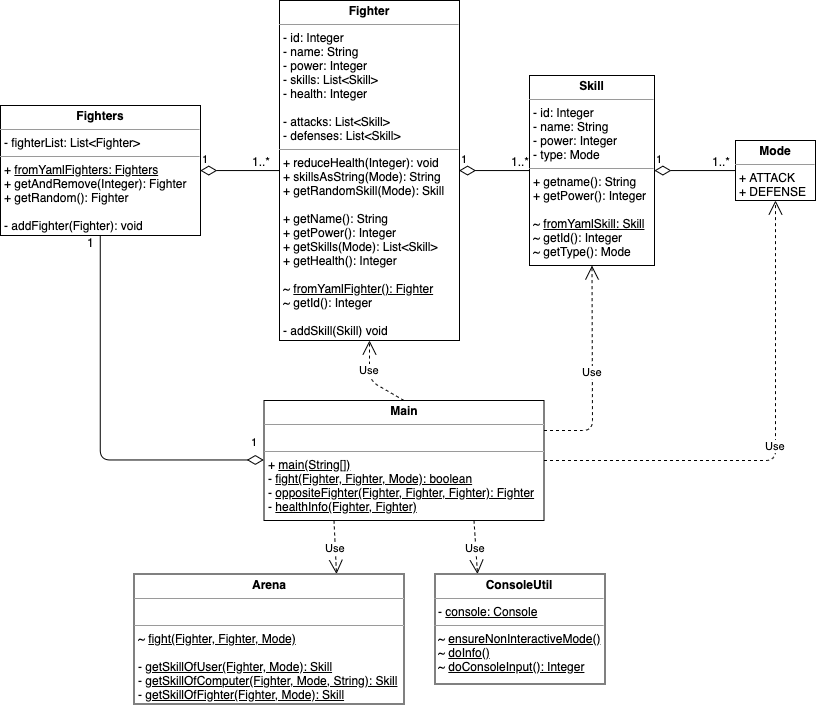
This is docs/img/UML.png from yannickkirschen/console-arena, a draw.io export, as it was before one commit. Source tidied: cells renumbered, new cells last; positions are measured from the earlier drawing's top-left corner, leaving out a move shared by most shapes.
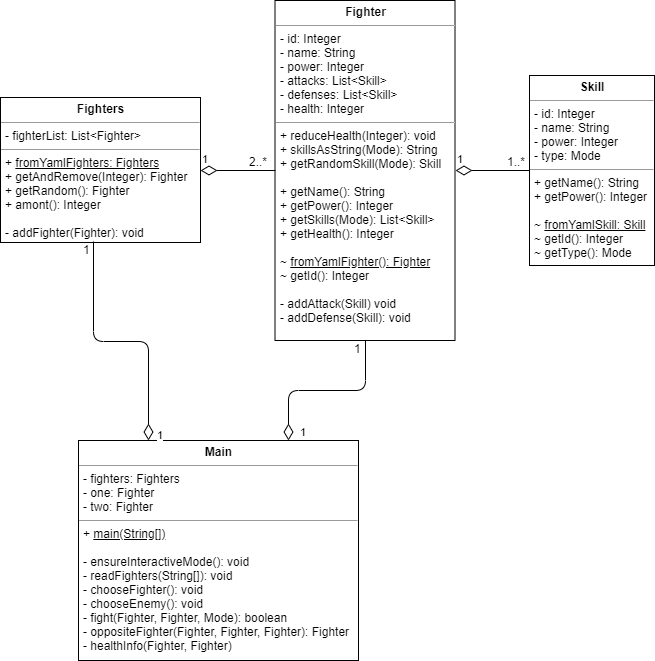
Later version of the same file.

Diff of the diagram source:
```diff
@@ -2,85 +2,51 @@
   <root>
     <mxCell id="0" />
     <mxCell id="1" parent="0" />
-    <mxCell id="2" value="&lt;p style=&quot;margin: 0px ; margin-top: 4px ; text-align: center&quot;&gt;&lt;b&gt;Fighter&lt;/b&gt;&lt;/p&gt;&lt;hr size=&quot;1&quot;&gt;&lt;p style=&quot;margin: 0px ; margin-left: 4px&quot;&gt;- id: Integer&lt;/p&gt;&lt;p style=&quot;margin: 0px ; margin-left: 4px&quot;&gt;- name: String&lt;/p&gt;&lt;p style=&quot;margin: 0px ; margin-left: 4px&quot;&gt;- power: Integer&lt;/p&gt;&lt;p style=&quot;margin: 0px ; margin-left: 4px&quot;&gt;- skills: List&amp;lt;Skill&amp;gt;&lt;/p&gt;&lt;p style=&quot;margin: 0px ; margin-left: 4px&quot;&gt;- health: Integer&lt;/p&gt;&lt;p style=&quot;margin: 0px ; margin-left: 4px&quot;&gt;&lt;br&gt;&lt;/p&gt;&lt;p style=&quot;margin: 0px ; margin-left: 4px&quot;&gt;- attacks: List&amp;lt;Skill&amp;gt;&lt;/p&gt;&lt;p style=&quot;margin: 0px ; margin-left: 4px&quot;&gt;- defenses: List&amp;lt;Skill&amp;gt;&lt;/p&gt;&lt;hr size=&quot;1&quot;&gt;&lt;p style=&quot;margin: 0px ; margin-left: 4px&quot;&gt;&lt;span&gt;+ reduceHealth(Integer): void&lt;/span&gt;&lt;br&gt;&lt;/p&gt;&lt;p style=&quot;margin: 0px ; margin-left: 4px&quot;&gt;+ skillsAsString(Mode): String&lt;/p&gt;&lt;p style=&quot;margin: 0px ; margin-left: 4px&quot;&gt;+ getRandomSkill(Mode): Skill&lt;/p&gt;&lt;p style=&quot;margin: 0px ; margin-left: 4px&quot;&gt;&lt;br&gt;&lt;/p&gt;&lt;p style=&quot;margin: 0px ; margin-left: 4px&quot;&gt;+ getName(): String&lt;/p&gt;&lt;p style=&quot;margin: 0px ; margin-left: 4px&quot;&gt;+ getPower(): Integer&lt;/p&gt;&lt;p style=&quot;margin: 0px ; margin-left: 4px&quot;&gt;+ getSkills(Mode): List&amp;lt;Skill&amp;gt;&lt;/p&gt;&lt;p style=&quot;margin: 0px ; margin-left: 4px&quot;&gt;+ getHealth(): Integer&lt;/p&gt;&lt;p style=&quot;margin: 0px ; margin-left: 4px&quot;&gt;&lt;br&gt;&lt;/p&gt;&lt;p style=&quot;margin: 0px ; margin-left: 4px&quot;&gt;~&amp;nbsp;&lt;u&gt;fromYamlFighter(): Fighter&lt;/u&gt;&lt;br&gt;&lt;/p&gt;&lt;p style=&quot;margin: 0px ; margin-left: 4px&quot;&gt;~ getId(): Integer&lt;u&gt;&lt;br&gt;&lt;/u&gt;&lt;/p&gt;&lt;p style=&quot;margin: 0px ; margin-left: 4px&quot;&gt;&lt;br&gt;&lt;/p&gt;&lt;p style=&quot;margin: 0px ; margin-left: 4px&quot;&gt;- addSkill(Skill) void&lt;/p&gt;" style="verticalAlign=top;align=left;overflow=fill;fontSize=12;fontFamily=Helvetica;html=1;" parent="1" vertex="1">
-      <mxGeometry x="279" width="180" height="340" as="geometry" />
+    <mxCell id="2" value="&lt;p style=&quot;margin: 0px ; margin-top: 4px ; text-align: center&quot;&gt;&lt;b&gt;Fighter&lt;/b&gt;&lt;/p&gt;&lt;hr size=&quot;1&quot;&gt;&lt;p style=&quot;margin: 0px ; margin-left: 4px&quot;&gt;- id: Integer&lt;/p&gt;&lt;p style=&quot;margin: 0px ; margin-left: 4px&quot;&gt;- name: String&lt;/p&gt;&lt;p style=&quot;margin: 0px ; margin-left: 4px&quot;&gt;- power: Integer&lt;/p&gt;&lt;p style=&quot;margin: 0px ; margin-left: 4px&quot;&gt;- attacks: List&amp;lt;Skill&amp;gt;&lt;/p&gt;&lt;p style=&quot;margin: 0px ; margin-left: 4px&quot;&gt;- defenses: List&amp;lt;Skill&amp;gt;&lt;/p&gt;&lt;p style=&quot;margin: 0px ; margin-left: 4px&quot;&gt;- health: Integer&lt;br&gt;&lt;/p&gt;&lt;hr size=&quot;1&quot;&gt;&lt;p style=&quot;margin: 0px ; margin-left: 4px&quot;&gt;&lt;span&gt;+ reduceHealth(Integer): void&lt;/span&gt;&lt;br&gt;&lt;/p&gt;&lt;p style=&quot;margin: 0px ; margin-left: 4px&quot;&gt;+ skillsAsString(Mode): String&lt;/p&gt;&lt;p style=&quot;margin: 0px ; margin-left: 4px&quot;&gt;+ getRandomSkill(Mode): Skill&lt;/p&gt;&lt;p style=&quot;margin: 0px ; margin-left: 4px&quot;&gt;&lt;br&gt;&lt;/p&gt;&lt;p style=&quot;margin: 0px ; margin-left: 4px&quot;&gt;+ getName(): String&lt;/p&gt;&lt;p style=&quot;margin: 0px ; margin-left: 4px&quot;&gt;+ getPower(): Integer&lt;/p&gt;&lt;p style=&quot;margin: 0px ; margin-left: 4px&quot;&gt;+ getSkills(Mode): List&amp;lt;Skill&amp;gt;&lt;/p&gt;&lt;p style=&quot;margin: 0px ; margin-left: 4px&quot;&gt;+ getHealth(): Integer&lt;/p&gt;&lt;p style=&quot;margin: 0px ; margin-left: 4px&quot;&gt;&lt;br&gt;&lt;/p&gt;&lt;p style=&quot;margin: 0px ; margin-left: 4px&quot;&gt;~&amp;nbsp;&lt;u&gt;fromYamlFighter(): Fighter&lt;/u&gt;&lt;br&gt;&lt;/p&gt;&lt;p style=&quot;margin: 0px ; margin-left: 4px&quot;&gt;~ getId(): Integer&lt;u&gt;&lt;br&gt;&lt;/u&gt;&lt;/p&gt;&lt;p style=&quot;margin: 0px ; margin-left: 4px&quot;&gt;&lt;br&gt;&lt;/p&gt;&lt;p style=&quot;margin: 0px ; margin-left: 4px&quot;&gt;- addAttack(Skill) void&lt;/p&gt;&lt;p style=&quot;margin: 0px ; margin-left: 4px&quot;&gt;- addDefense(Skill): void&lt;/p&gt;" style="verticalAlign=top;align=left;overflow=fill;fontSize=12;fontFamily=Helvetica;html=1;" parent="1" vertex="1">
+      <mxGeometry x="264.5" y="-10" width="180" height="340" as="geometry" />
     </mxCell>
-    <mxCell id="3" value="&lt;p style=&quot;margin: 0px ; margin-top: 4px ; text-align: center&quot;&gt;&lt;b&gt;Fighters&lt;/b&gt;&lt;/p&gt;&lt;hr size=&quot;1&quot;&gt;&lt;p style=&quot;margin: 0px ; margin-left: 4px&quot;&gt;- fighterList: List&amp;lt;Fighter&amp;gt;&lt;br&gt;&lt;/p&gt;&lt;hr size=&quot;1&quot;&gt;&lt;p style=&quot;margin: 0px ; margin-left: 4px&quot;&gt;+&amp;nbsp;&lt;u&gt;fromYamlFighters: Fighters&lt;/u&gt;&lt;br style=&quot;padding: 0px ; margin: 0px&quot;&gt;+ getAndRemove(Integer): Fighter&lt;br style=&quot;padding: 0px ; margin: 0px&quot;&gt;+ getRandom(): Fighter&lt;br style=&quot;padding: 0px ; margin: 0px&quot;&gt;&lt;br style=&quot;padding: 0px ; margin: 0px&quot;&gt;- addFighter(Fighter): void&lt;br&gt;&lt;/p&gt;" style="verticalAlign=top;align=left;overflow=fill;fontSize=12;fontFamily=Helvetica;html=1;" parent="1" vertex="1">
-      <mxGeometry y="105" width="200" height="130" as="geometry" />
+    <mxCell id="3" value="&lt;p style=&quot;margin: 0px ; margin-top: 4px ; text-align: center&quot;&gt;&lt;b&gt;Fighters&lt;/b&gt;&lt;/p&gt;&lt;hr size=&quot;1&quot;&gt;&lt;p style=&quot;margin: 0px ; margin-left: 4px&quot;&gt;- fighterList: List&amp;lt;Fighter&amp;gt;&lt;br&gt;&lt;/p&gt;&lt;hr size=&quot;1&quot;&gt;&lt;p style=&quot;margin: 0px ; margin-left: 4px&quot;&gt;+&amp;nbsp;&lt;u&gt;fromYamlFighters: Fighters&lt;/u&gt;&lt;br style=&quot;padding: 0px ; margin: 0px&quot;&gt;+ getAndRemove(Integer): Fighter&lt;br style=&quot;padding: 0px ; margin: 0px&quot;&gt;+ getRandom(): Fighter&lt;/p&gt;&lt;p style=&quot;margin: 0px ; margin-left: 4px&quot;&gt;+ amont(): Integer&lt;br style=&quot;padding: 0px ; margin: 0px&quot;&gt;&lt;br style=&quot;padding: 0px ; margin: 0px&quot;&gt;- addFighter(Fighter): void&lt;br&gt;&lt;/p&gt;" style="verticalAlign=top;align=left;overflow=fill;fontSize=12;fontFamily=Helvetica;html=1;" parent="1" vertex="1">
+      <mxGeometry x="-10" y="87" width="200" height="145" as="geometry" />
     </mxCell>
-    <mxCell id="4" value="&lt;p style=&quot;margin: 0px ; margin-top: 4px ; text-align: center&quot;&gt;&lt;b&gt;Mode&lt;/b&gt;&lt;/p&gt;&lt;hr size=&quot;1&quot;&gt;&lt;p style=&quot;margin: 0px ; margin-left: 4px&quot;&gt;+ ATTACK&lt;/p&gt;&lt;p style=&quot;margin: 0px ; margin-left: 4px&quot;&gt;+ DEFENSE&lt;/p&gt;" style="verticalAlign=top;align=left;overflow=fill;fontSize=12;fontFamily=Helvetica;html=1;" parent="1" vertex="1">
-      <mxGeometry x="735" y="140" width="80" height="60" as="geometry" />
+    <mxCell id="4" value="&lt;p style=&quot;margin: 0px ; margin-top: 4px ; text-align: center&quot;&gt;&lt;b&gt;Skill&lt;/b&gt;&lt;/p&gt;&lt;hr size=&quot;1&quot;&gt;&lt;p style=&quot;margin: 0px 0px 0px 4px&quot;&gt;- id: Integer&lt;/p&gt;&lt;p style=&quot;margin: 0px 0px 0px 4px&quot;&gt;- name: String&lt;/p&gt;&lt;p style=&quot;margin: 0px 0px 0px 4px&quot;&gt;- power: Integer&lt;/p&gt;&lt;p style=&quot;margin: 0px 0px 0px 4px&quot;&gt;- type: Mode&lt;/p&gt;&lt;hr size=&quot;1&quot;&gt;&lt;p style=&quot;margin: 0px ; margin-left: 4px&quot;&gt;+ getName(): String&lt;/p&gt;&lt;p style=&quot;margin: 0px ; margin-left: 4px&quot;&gt;+ getPower(): Integer&lt;br style=&quot;padding: 0px ; margin: 0px&quot;&gt;&lt;br&gt;~&amp;nbsp;&lt;u&gt;fromYamlSkill: Skill&lt;/u&gt;&lt;br style=&quot;padding: 0px ; margin: 0px&quot;&gt;~ getId(): Integer&lt;br&gt;&lt;/p&gt;&lt;p style=&quot;margin: 0px ; margin-left: 4px&quot;&gt;~ getType(): Mode&lt;br&gt;&lt;/p&gt;" style="verticalAlign=top;align=left;overflow=fill;fontSize=12;fontFamily=Helvetica;html=1;" parent="1" vertex="1">
+      <mxGeometry x="519" y="65" width="125" height="190" as="geometry" />
     </mxCell>
-    <mxCell id="5" value="&lt;p style=&quot;margin: 0px ; margin-top: 4px ; text-align: center&quot;&gt;&lt;b&gt;Skill&lt;/b&gt;&lt;/p&gt;&lt;hr size=&quot;1&quot;&gt;&lt;p style=&quot;margin: 0px 0px 0px 4px&quot;&gt;- id: Integer&lt;/p&gt;&lt;p style=&quot;margin: 0px 0px 0px 4px&quot;&gt;- name: String&lt;/p&gt;&lt;p style=&quot;margin: 0px 0px 0px 4px&quot;&gt;- power: Integer&lt;/p&gt;&lt;p style=&quot;margin: 0px 0px 0px 4px&quot;&gt;- type: Mode&lt;/p&gt;&lt;hr size=&quot;1&quot;&gt;&lt;p style=&quot;margin: 0px ; margin-left: 4px&quot;&gt;+ getname(): String&lt;/p&gt;&lt;p style=&quot;margin: 0px ; margin-left: 4px&quot;&gt;+ getPower(): Integer&lt;br style=&quot;padding: 0px ; margin: 0px&quot;&gt;&lt;br&gt;~&amp;nbsp;&lt;u&gt;fromYamlSkill: Skill&lt;/u&gt;&lt;br style=&quot;padding: 0px ; margin: 0px&quot;&gt;~ getId(): Integer&lt;br&gt;&lt;/p&gt;&lt;p style=&quot;margin: 0px ; margin-left: 4px&quot;&gt;~ getType(): Mode&lt;br&gt;&lt;/p&gt;" style="verticalAlign=top;align=left;overflow=fill;fontSize=12;fontFamily=Helvetica;html=1;" parent="1" vertex="1">
-      <mxGeometry x="529" y="75" width="125" height="190" as="geometry" />
+    <mxCell id="5" value="1" style="endArrow=none;html=1;endSize=12;startArrow=diamondThin;startSize=14;startFill=0;edgeStyle=orthogonalEdgeStyle;align=left;verticalAlign=bottom;strokeColor=#000000;endFill=0;exitX=1;exitY=0.5;exitDx=0;exitDy=0;entryX=0;entryY=0.5;entryDx=0;entryDy=0;" parent="1" edge="1" source="3" target="2">
+      <mxGeometry x="-1" y="3" relative="1" as="geometry" />
     </mxCell>
-    <mxCell id="6" value="&lt;p style=&quot;margin: 0px ; margin-top: 4px ; text-align: center&quot;&gt;&lt;b&gt;Arena&lt;/b&gt;&lt;/p&gt;&lt;hr size=&quot;1&quot;&gt;&lt;p style=&quot;margin: 0px 0px 0px 4px&quot;&gt;&lt;br&gt;&lt;/p&gt;&lt;hr size=&quot;1&quot;&gt;&lt;p style=&quot;margin: 0px ; margin-left: 4px&quot;&gt;~&amp;nbsp;&lt;u&gt;fight(Fighter, Fighter, Mode)&lt;/u&gt;&lt;/p&gt;&lt;p style=&quot;margin: 0px ; margin-left: 4px&quot;&gt;&lt;br&gt;&lt;/p&gt;&lt;p style=&quot;margin: 0px ; margin-left: 4px&quot;&gt;- &lt;u&gt;getSkillOfUser(Fighter, Mode): Skill&lt;/u&gt;&lt;/p&gt;&lt;p style=&quot;margin: 0px ; margin-left: 4px&quot;&gt;- &lt;u&gt;getSkillOfComputer(Fighter, Mode, String): Skill&lt;/u&gt;&lt;/p&gt;&lt;p style=&quot;margin: 0px ; margin-left: 4px&quot;&gt;- &lt;u&gt;getSkillOfFighter(Fighter, Mode): Skill&lt;/u&gt;&lt;/p&gt;" style="verticalAlign=top;align=left;overflow=fill;fontSize=12;fontFamily=Helvetica;html=1;" parent="1" vertex="1">
-      <mxGeometry x="133.5" y="573.5" width="270" height="130" as="geometry" />
+    <mxCell id="6" value="2..*" style="text;html=1;points=[];align=center;verticalAlign=middle;labelBackgroundColor=#ffffff;" parent="5" vertex="1">
+      <mxGeometry x="0.73" y="4" relative="1" as="geometry">
+        <mxPoint x="-8" y="-6" as="offset" />
+      </mxGeometry>
     </mxCell>
-    <mxCell id="7" value="&lt;p style=&quot;margin: 0px ; margin-top: 4px ; text-align: center&quot;&gt;&lt;b&gt;ConsoleUtil&lt;/b&gt;&lt;/p&gt;&lt;hr size=&quot;1&quot;&gt;&lt;p style=&quot;margin: 0px 0px 0px 4px&quot;&gt;- &lt;u&gt;console: Console&lt;/u&gt;&lt;/p&gt;&lt;hr size=&quot;1&quot;&gt;&lt;p style=&quot;margin: 0px ; margin-left: 4px&quot;&gt;~ &lt;u&gt;ensureNonInteractiveMode()&lt;/u&gt;&lt;/p&gt;&lt;p style=&quot;margin: 0px ; margin-left: 4px&quot;&gt;~&amp;nbsp;&lt;u&gt;doInfo()&lt;/u&gt;&lt;u&gt;&lt;br&gt;&lt;/u&gt;&lt;/p&gt;&lt;p style=&quot;margin: 0px ; margin-left: 4px&quot;&gt;~&amp;nbsp;&lt;u&gt;doConsoleInput(): Integer&lt;/u&gt;&lt;u&gt;&lt;br&gt;&lt;/u&gt;&lt;/p&gt;" style="verticalAlign=top;align=left;overflow=fill;fontSize=12;fontFamily=Helvetica;html=1;" parent="1" vertex="1">
-      <mxGeometry x="434.5" y="573.5" width="170" height="110" as="geometry" />
+    <mxCell id="7" value="1" style="endArrow=none;html=1;endSize=12;startArrow=diamondThin;startSize=14;startFill=0;edgeStyle=orthogonalEdgeStyle;align=left;verticalAlign=bottom;strokeColor=#000000;endFill=0;exitX=1;exitY=0.5;exitDx=0;exitDy=0;entryX=0;entryY=0.5;entryDx=0;entryDy=0;" parent="1" edge="1" source="2" target="4">
+      <mxGeometry x="-1" y="3" relative="1" as="geometry" />
     </mxCell>
-    <mxCell id="8" value="&lt;p style=&quot;margin: 0px ; margin-top: 4px ; text-align: center&quot;&gt;&lt;b&gt;Main&lt;/b&gt;&lt;/p&gt;&lt;hr size=&quot;1&quot;&gt;&lt;p style=&quot;margin: 0px 0px 0px 4px&quot;&gt;&lt;br&gt;&lt;/p&gt;&lt;hr size=&quot;1&quot;&gt;&lt;p style=&quot;margin: 0px ; margin-left: 4px&quot;&gt;+ &lt;u&gt;main(String[])&lt;/u&gt;&lt;/p&gt;&lt;p style=&quot;margin: 0px ; margin-left: 4px&quot;&gt;-&amp;nbsp;&lt;u&gt;fight(Fighter, Fighter, Mode): boolean&lt;/u&gt;&lt;u&gt;&lt;br&gt;&lt;/u&gt;&lt;/p&gt;&lt;p style=&quot;margin: 0px ; margin-left: 4px&quot;&gt;- &lt;u&gt;oppositeFighter(Fighter, Fighter, Fighter): Fighter&lt;br&gt;&lt;/u&gt;&lt;/p&gt;&lt;p style=&quot;margin: 0px ; margin-left: 4px&quot;&gt;- &lt;u&gt;healthInfo(Fighter, Fighter)&lt;/u&gt;&lt;/p&gt;" style="verticalAlign=top;align=left;overflow=fill;fontSize=12;fontFamily=Helvetica;html=1;" parent="1" vertex="1">
-      <mxGeometry x="263.5" y="400" width="280" height="120" as="geometry" />
+    <mxCell id="8" value="1..*" style="text;html=1;points=[];align=center;verticalAlign=middle;labelBackgroundColor=#ffffff;" parent="7" vertex="1">
+      <mxGeometry x="0.73" y="4" relative="1" as="geometry">
+        <mxPoint x="-4" y="-6" as="offset" />
+      </mxGeometry>
     </mxCell>
-    <mxCell id="9" value="1" style="endArrow=none;html=1;endSize=12;startArrow=diamondThin;startSize=14;startFill=0;edgeStyle=orthogonalEdgeStyle;align=left;verticalAlign=bottom;strokeColor=#000000;endFill=0;exitX=1;exitY=0.5;exitDx=0;exitDy=0;entryX=0;entryY=0.5;entryDx=0;entryDy=0;" parent="1" edge="1" source="3" target="2">
-      <mxGeometry x="-1" y="3" relative="1" as="geometry" />
+    <mxCell id="9" value="&lt;p style=&quot;margin: 0px ; margin-top: 4px ; text-align: center&quot;&gt;&lt;b&gt;Main&lt;/b&gt;&lt;/p&gt;&lt;hr size=&quot;1&quot;&gt;&lt;p style=&quot;margin: 0px 0px 0px 4px&quot;&gt;- fighters: Fighters&lt;/p&gt;&lt;p style=&quot;margin: 0px 0px 0px 4px&quot;&gt;- one: Fighter&lt;/p&gt;&lt;p style=&quot;margin: 0px 0px 0px 4px&quot;&gt;- two: Fighter&lt;/p&gt;&lt;hr size=&quot;1&quot;&gt;&lt;p style=&quot;margin: 0px ; margin-left: 4px&quot;&gt;+ &lt;u&gt;main(String[])&lt;/u&gt;&lt;/p&gt;&lt;p style=&quot;margin: 0px ; margin-left: 4px&quot;&gt;&lt;u&gt;&lt;br&gt;&lt;/u&gt;&lt;/p&gt;&lt;p style=&quot;margin: 0px ; margin-left: 4px&quot;&gt;-&amp;nbsp;ensureInteractiveMode(): void&lt;/p&gt;&lt;p style=&quot;margin: 0px ; margin-left: 4px&quot;&gt;- readFighters(String[]): void&lt;/p&gt;&lt;p style=&quot;margin: 0px ; margin-left: 4px&quot;&gt;- chooseFighter(): void&lt;/p&gt;&lt;p style=&quot;margin: 0px ; margin-left: 4px&quot;&gt;- chooseEnemy(): void&lt;/p&gt;&lt;p style=&quot;margin: 0px ; margin-left: 4px&quot;&gt;- fight(Fighter, Fighter, Mode): boolean&lt;br&gt;&lt;/p&gt;&lt;p style=&quot;margin: 0px ; margin-left: 4px&quot;&gt;- oppositeFighter(Fighter, Fighter, Fighter): Fighter&lt;br&gt;&lt;/p&gt;&lt;p style=&quot;margin: 0px ; margin-left: 4px&quot;&gt;- healthInfo(Fighter, Fighter)&lt;/p&gt;" style="verticalAlign=top;align=left;overflow=fill;fontSize=12;fontFamily=Helvetica;html=1;" parent="1" vertex="1">
+      <mxGeometry x="68" y="430" width="280" height="220" as="geometry" />
     </mxCell>
-    <mxCell id="10" value="1..*" style="text;html=1;align=center;verticalAlign=middle;labelBackgroundColor=#ffffff;" parent="9" vertex="1">
-      <mxGeometry x="0.73" y="4" relative="1" as="geometry">
-        <mxPoint x="-8" y="-6" as="offset" />
+    <mxCell id="10" value="1" style="endArrow=none;html=1;endSize=12;startArrow=diamondThin;startSize=14;startFill=0;edgeStyle=orthogonalEdgeStyle;align=left;verticalAlign=bottom;strokeColor=#000000;endFill=0;exitX=0.25;exitY=0;exitDx=0;exitDy=0;entryX=0.465;entryY=0.992;entryDx=0;entryDy=0;entryPerimeter=0;" parent="1" edge="1" source="9" target="3">
+      <mxGeometry x="-0.19" y="102" relative="1" as="geometry">
+        <mxPoint x="10" as="offset" />
       </mxGeometry>
     </mxCell>
-    <mxCell id="11" value="1" style="endArrow=none;html=1;endSize=12;startArrow=diamondThin;startSize=14;startFill=0;edgeStyle=orthogonalEdgeStyle;align=left;verticalAlign=bottom;strokeColor=#000000;endFill=0;exitX=1;exitY=0.5;exitDx=0;exitDy=0;entryX=0;entryY=0.5;entryDx=0;entryDy=0;" parent="1" edge="1" source="2" target="5">
-      <mxGeometry x="-1" y="3" relative="1" as="geometry" />
+    <mxCell id="11" value="1" style="text;html=1;align=center;verticalAlign=middle;labelBackgroundColor=#ffffff;" parent="10" vertex="1">
+      <mxGeometry x="0.73" y="4" relative="1" as="geometry">
+        <mxPoint x="-3" y="-27" as="offset" />
+      </mxGeometry>
     </mxCell>
-    <mxCell id="12" value="1..*" style="text;html=1;align=center;verticalAlign=middle;labelBackgroundColor=#ffffff;" parent="11" vertex="1">
-      <mxGeometry x="0.73" y="4" relative="1" as="geometry">
-        <mxPoint y="-6" as="offset" />
-      </mxGeometry>
+    <mxCell id="12" value="1" style="endArrow=none;html=1;endSize=12;startArrow=diamondThin;startSize=14;startFill=0;edgeStyle=orthogonalEdgeStyle;align=left;verticalAlign=bottom;strokeColor=#000000;endFill=0;exitX=0.75;exitY=0;exitDx=0;exitDy=0;entryX=0.5;entryY=1;entryDx=0;entryDy=0;" parent="1" edge="1" source="9" target="2">
+      <mxGeometry x="-0.32" y="-50" relative="1" as="geometry" />
     </mxCell>
-    <mxCell id="13" value="1" style="endArrow=none;html=1;endSize=12;startArrow=diamondThin;startSize=14;startFill=0;edgeStyle=orthogonalEdgeStyle;align=left;verticalAlign=bottom;strokeColor=#000000;endFill=0;exitX=1;exitY=0.5;exitDx=0;exitDy=0;entryX=0;entryY=0.5;entryDx=0;entryDy=0;" parent="1" edge="1" source="5" target="4">
-      <mxGeometry x="-1" y="3" relative="1" as="geometry" />
+    <mxCell id="13" value="1" style="text;html=1;align=center;verticalAlign=middle;labelBackgroundColor=#ffffff;" parent="12" vertex="1">
+      <mxGeometry x="0.73" y="4" relative="1" as="geometry">
+        <mxPoint x="-4" y="-17" as="offset" />
+      </mxGeometry>
     </mxCell>
-    <mxCell id="14" value="1..*" style="text;html=1;align=center;verticalAlign=middle;labelBackgroundColor=#ffffff;" parent="13" vertex="1">
-      <mxGeometry x="0.73" y="4" relative="1" as="geometry">
-        <mxPoint x="-4.5" y="-6" as="offset" />
-      </mxGeometry>
-    </mxCell>
-    <mxCell id="15" value="Use" style="endArrow=open;endSize=12;dashed=1;html=1;strokeColor=#000000;exitX=0.75;exitY=1;exitDx=0;exitDy=0;entryX=0.25;entryY=0;entryDx=0;entryDy=0;" parent="1" edge="1" source="8" target="7">
-      <mxGeometry relative="1" as="geometry" />
-    </mxCell>
-    <mxCell id="16" value="Use" style="endArrow=open;endSize=12;dashed=1;html=1;strokeColor=#000000;exitX=0.25;exitY=1;exitDx=0;exitDy=0;entryX=0.75;entryY=0;entryDx=0;entryDy=0;" parent="1" edge="1" source="8" target="6">
-      <mxGeometry relative="1" as="geometry" />
-    </mxCell>
-    <mxCell id="17" value="1" style="endArrow=none;html=1;endSize=12;startArrow=diamondThin;startSize=14;startFill=0;edgeStyle=orthogonalEdgeStyle;align=left;verticalAlign=bottom;strokeColor=#000000;endFill=0;entryX=0.5;entryY=1;entryDx=0;entryDy=0;exitX=0;exitY=0.5;exitDx=0;exitDy=0;" parent="1" edge="1" source="8" target="3">
-      <mxGeometry x="-0.93" y="-9" relative="1" as="geometry" />
-    </mxCell>
-    <mxCell id="18" value="1" style="text;html=1;align=center;verticalAlign=middle;labelBackgroundColor=#ffffff;" parent="17" vertex="1">
-      <mxGeometry x="0.73" y="4" relative="1" as="geometry">
-        <mxPoint x="-6" y="-45" as="offset" />
-      </mxGeometry>
-    </mxCell>
-    <mxCell id="19" value="Use" style="endArrow=open;endSize=12;dashed=1;html=1;strokeColor=#000000;exitX=0.5;exitY=0;exitDx=0;exitDy=0;entryX=0.5;entryY=1;entryDx=0;entryDy=0;" parent="1" edge="1" source="8" target="2">
-      <mxGeometry x="0.26" relative="1" as="geometry">
-        <Array as="points">
-          <mxPoint x="369" y="380" />
-        </Array>
-      </mxGeometry>
-    </mxCell>
-    <mxCell id="20" value="Use" style="endArrow=open;endSize=12;dashed=1;html=1;strokeColor=#000000;entryX=0.5;entryY=1;entryDx=0;entryDy=0;exitX=1;exitY=0.25;exitDx=0;exitDy=0;" parent="1" edge="1" source="8" target="5">
-      <mxGeometry relative="1" as="geometry">
-        <Array as="points">
-          <mxPoint x="592" y="430" />
-        </Array>
-      </mxGeometry>
-    </mxCell>
-    <mxCell id="21" value="Use" style="endArrow=open;endSize=12;dashed=1;html=1;strokeColor=#000000;exitX=1;exitY=0.5;exitDx=0;exitDy=0;entryX=0.5;entryY=1;entryDx=0;entryDy=0;" parent="1" edge="1" source="8" target="4">
-      <mxGeometry relative="1" as="geometry">
-        <Array as="points">
-          <mxPoint x="775" y="460" />
-        </Array>
-      </mxGeometry>
-    </mxCell>
   </root>
 </mxGraphModel>
```
